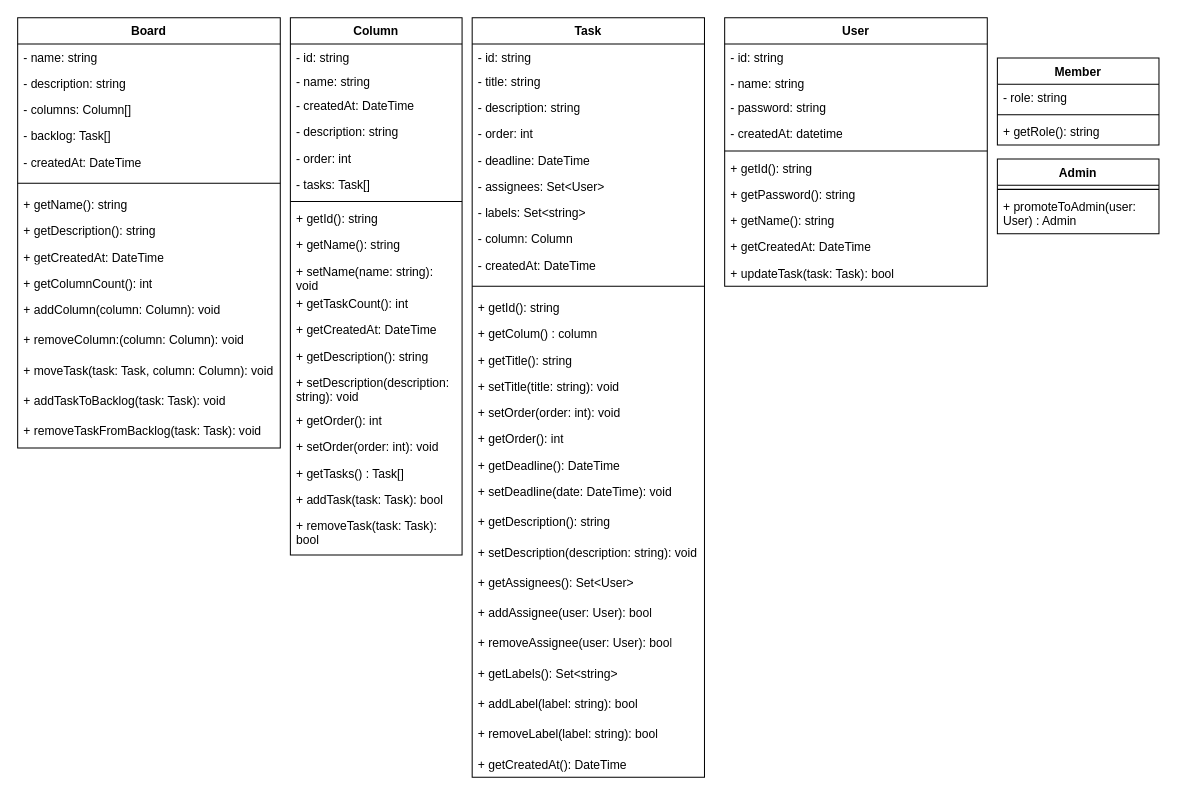
Above: docs/Kancpp.drawio in talis-fb/kancpp_atv_boas_praticas (draw.io), before the change. Source tidied: cells renumbered, new cells numbered last; positions are measured from the earlier drawing's top-left corner, leaving out a move shared by most shapes. Both pictures are drawn from the tidied source at 101%, with x=0, y=0 at pixel (17, 17).
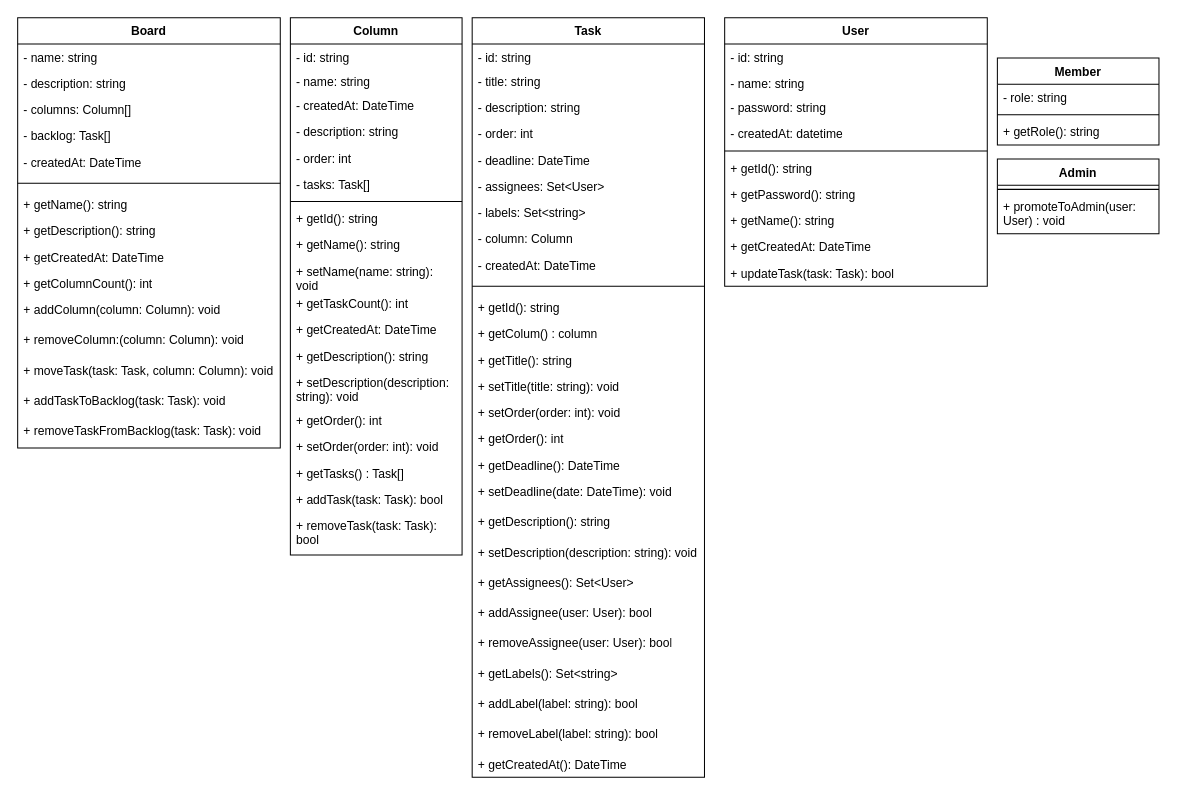
Above is the later version.

Commit message:
refactor: class diagram adjust

The change refers to these unchanged cells:
```xml
<mxCell id="81" value="Admin" style="swimlane;fontStyle=1;align=center;verticalAlign=top;horizontal=1;startSize=26;whiteSpace=wrap;html=1;" parent="1" vertex="1">
  <mxGeometry x="970" y="140" width="160" height="74" as="geometry" />
</mxCell>
```

Change to the diagram source:
```diff
@@
-    <mxCell id="83" value="+ promoteToAdmin(user: User) : Admin" style="text;strokeColor=none;fillColor=none;align=left;verticalAlign=top;spacingLeft=4;spacingRight=4;overflow=hidden;whiteSpace=wrap;html=1;" parent="81" vertex="1">
+    <mxCell id="83" value="+ promoteToAdmin(user: User) : void" style="text;strokeColor=none;fillColor=none;align=left;verticalAlign=top;spacingLeft=4;spacingRight=4;overflow=hidden;whiteSpace=wrap;html=1;" parent="81" vertex="1">
       <mxGeometry y="34" width="160" height="40" as="geometry" />
     </mxCell>
```
